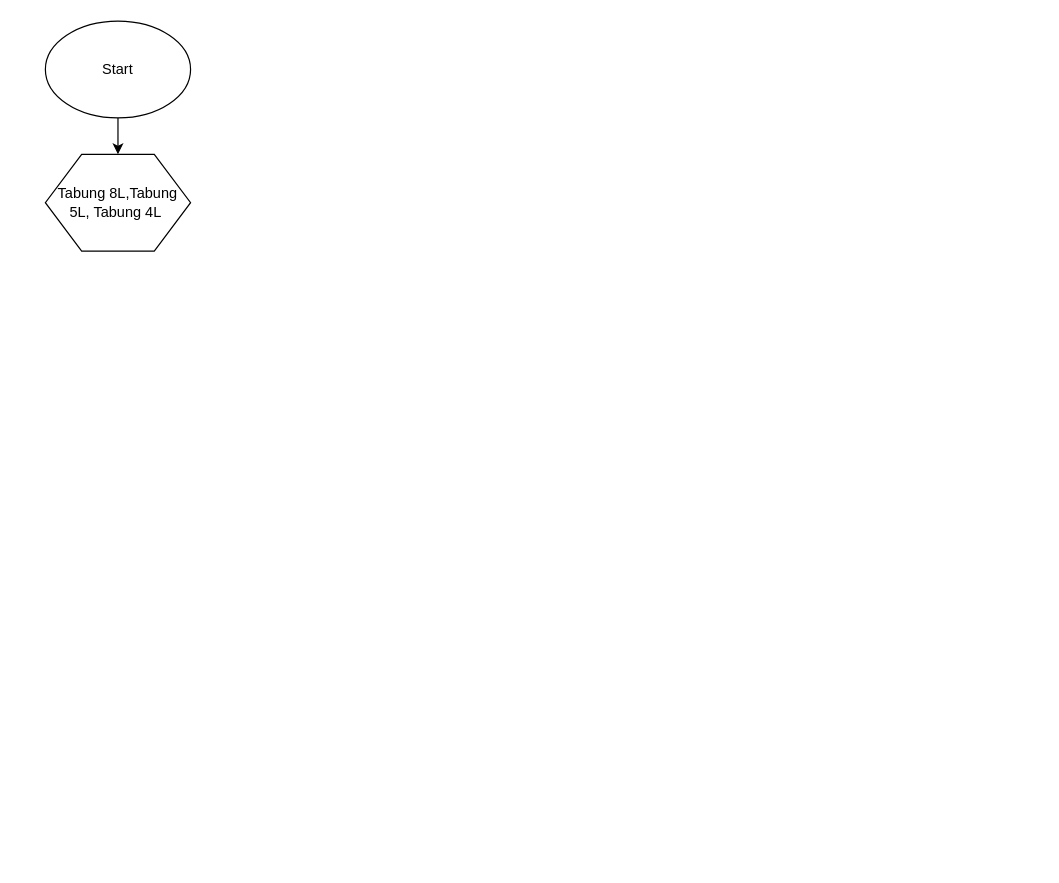
suryaindra23/belajar keeps this draw.io diagram as QuizPakBro No 1.drawio. Above is the earlier version. Source tidied: cells renumbered, new cells numbered last; positions are measured from the earlier drawing's top-left corner, leaving out a move shared by most shapes. Both pictures are drawn from the tidied source at 121%, with x=0, y=0 at pixel (45, 21).
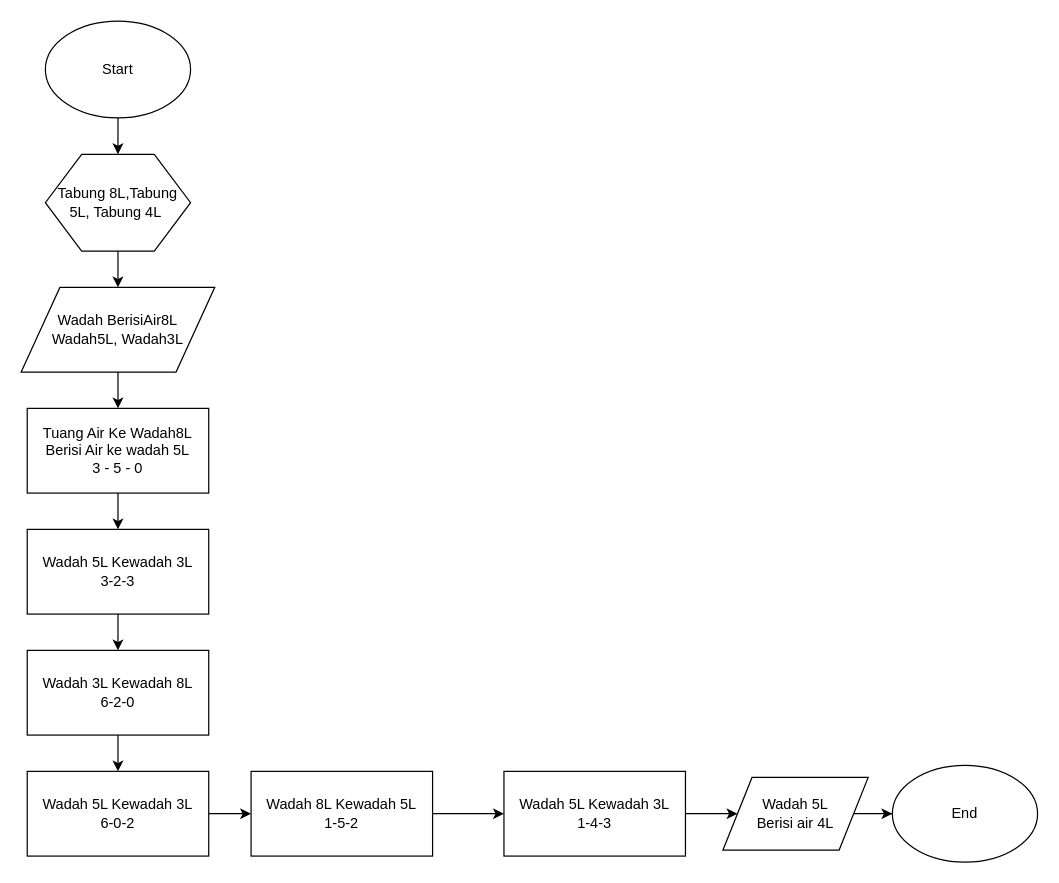
After the change.

Unchanged cells that the change refers to:
```xml
<mxCell id="4" value="Tabung 8L,Tabung 5L, Tabung 4L&amp;nbsp;" style="shape=hexagon;perimeter=hexagonPerimeter2;whiteSpace=wrap;html=1;" parent="1" vertex="1">
  <mxGeometry y="110" width="120" height="80" as="geometry" />
</mxCell>
```

What changed in the source:
```diff
@@
+    <mxCell id="5" style="edgeStyle=orthogonalEdgeStyle;rounded=0;jettySize=auto;html=1;" parent="1" edge="1" source="4" target="7">
+      <mxGeometry relative="1" as="geometry" />
+    </mxCell>
@@
+    <mxCell id="6" style="edgeStyle=orthogonalEdgeStyle;rounded=0;jettySize=auto;html=1;" parent="1" edge="1" source="7" target="9">
+      <mxGeometry relative="1" as="geometry" />
+    </mxCell>
+    <mxCell id="7" value="Wadah BerisiAir8L&lt;br&gt;Wadah5L, Wadah3L" style="shape=parallelogram;perimeter=parallelogramPerimeter;whiteSpace=wrap;html=1;" parent="1" vertex="1">
+      <mxGeometry x="-20" y="220" width="160" height="70" as="geometry" />
+    </mxCell>
+    <mxCell id="8" style="edgeStyle=orthogonalEdgeStyle;rounded=0;jettySize=auto;html=1;" parent="1" edge="1" source="9" target="11">
+      <mxGeometry relative="1" as="geometry" />
+    </mxCell>
+    <mxCell id="9" value="Tuang Air Ke Wadah8L&lt;br&gt;Berisi Air ke wadah 5L&lt;br&gt;3 - 5 - 0" style="rounded=0;whiteSpace=wrap;html=1;" parent="1" vertex="1">
+      <mxGeometry x="-15" y="320" width="150" height="70" as="geometry" />
+    </mxCell>
+    <mxCell id="10" style="edgeStyle=orthogonalEdgeStyle;rounded=0;jettySize=auto;html=1;" parent="1" edge="1" source="11" target="13">
+      <mxGeometry relative="1" as="geometry" />
+    </mxCell>
+    <mxCell id="11" value="Wadah 5L Kewadah 3L&lt;br&gt;3-2-3" style="rounded=0;whiteSpace=wrap;html=1;" parent="1" vertex="1">
+      <mxGeometry x="-15" y="420" width="150" height="70" as="geometry" />
+    </mxCell>
+    <mxCell id="12" style="edgeStyle=orthogonalEdgeStyle;rounded=0;jettySize=auto;html=1;" parent="1" edge="1" source="13" target="15">
+      <mxGeometry relative="1" as="geometry" />
+    </mxCell>
+    <mxCell id="13" value="Wadah 3L Kewadah 8L&lt;br&gt;6-2-0" style="rounded=0;whiteSpace=wrap;html=1;" parent="1" vertex="1">
+      <mxGeometry x="-15" y="520" width="150" height="70" as="geometry" />
+    </mxCell>
+    <mxCell id="14" style="edgeStyle=orthogonalEdgeStyle;rounded=0;jettySize=auto;html=1;" parent="1" edge="1" source="15" target="17">
+      <mxGeometry relative="1" as="geometry" />
+    </mxCell>
+    <mxCell id="15" value="Wadah 5L Kewadah 3L&lt;br&gt;6-0-2" style="rounded=0;whiteSpace=wrap;html=1;" parent="1" vertex="1">
+      <mxGeometry x="-15" y="620" width="150" height="70" as="geometry" />
+    </mxCell>
+    <mxCell id="16" style="edgeStyle=orthogonalEdgeStyle;rounded=0;jettySize=auto;html=1;" parent="1" edge="1" source="17" target="19">
+      <mxGeometry relative="1" as="geometry" />
+    </mxCell>
+    <mxCell id="17" value="Wadah 8L Kewadah 5L&lt;br&gt;1-5-2" style="rounded=0;whiteSpace=wrap;html=1;" parent="1" vertex="1">
+      <mxGeometry x="170" y="620" width="150" height="70" as="geometry" />
+    </mxCell>
+    <mxCell id="18" style="edgeStyle=orthogonalEdgeStyle;rounded=0;jettySize=auto;html=1;" parent="1" edge="1" source="19" target="21">
+      <mxGeometry relative="1" as="geometry" />
+    </mxCell>
+    <mxCell id="19" value="Wadah 5L Kewadah 3L&lt;br&gt;1-4-3" style="rounded=0;whiteSpace=wrap;html=1;" parent="1" vertex="1">
+      <mxGeometry x="379" y="620" width="150" height="70" as="geometry" />
+    </mxCell>
+    <mxCell id="20" style="edgeStyle=orthogonalEdgeStyle;rounded=0;jettySize=auto;html=1;" parent="1" edge="1" source="21" target="22">
+      <mxGeometry relative="1" as="geometry" />
+    </mxCell>
+    <mxCell id="21" value="Wadah 5L&lt;br&gt;Berisi air 4L" style="shape=parallelogram;perimeter=parallelogramPerimeter;whiteSpace=wrap;html=1;" parent="1" vertex="1">
+      <mxGeometry x="560" y="625" width="120" height="60" as="geometry" />
+    </mxCell>
+    <mxCell id="22" value="End" style="ellipse;whiteSpace=wrap;html=1;" parent="1" vertex="1">
+      <mxGeometry x="700" y="615" width="120" height="80" as="geometry" />
+    </mxCell>
```
